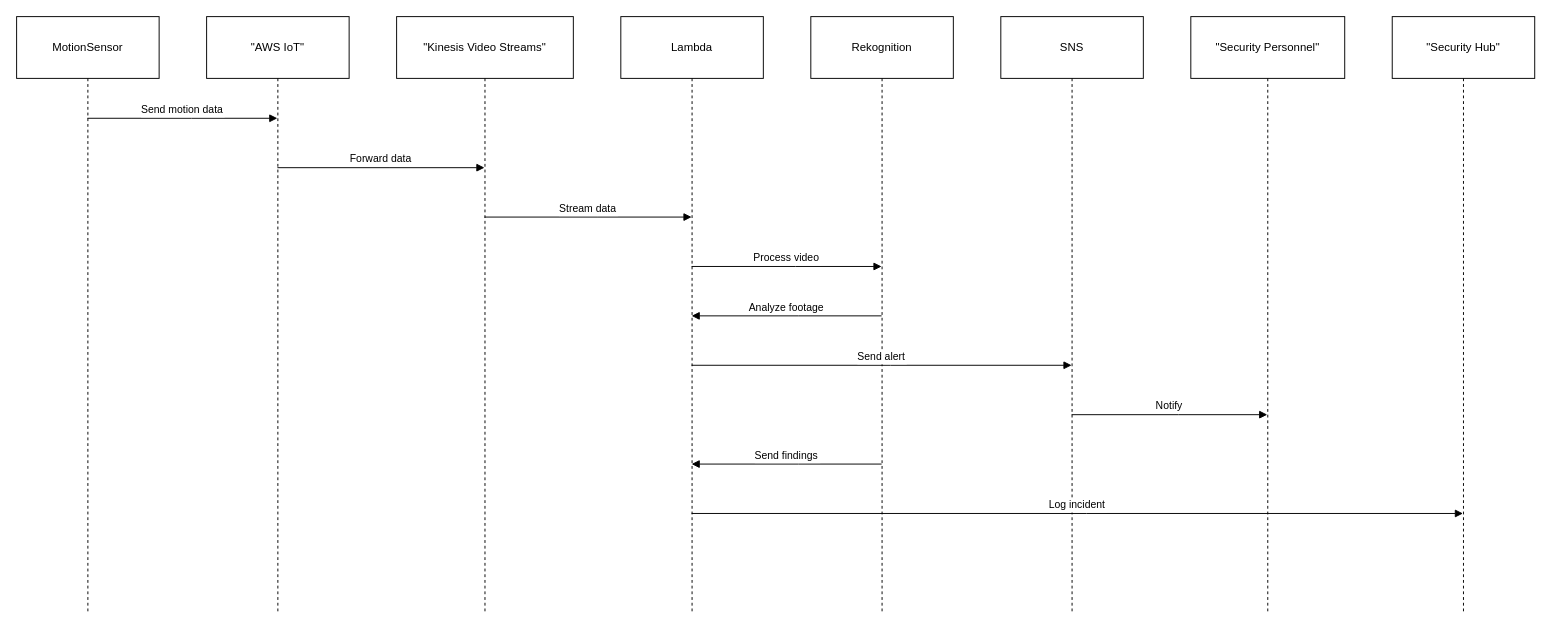
The draw.io diagram page "RT-IntrusionDetection" (9 of 11) of CheckBalanceDiagram.drawio in rajeevattu/starter-rest-api, before the edit. Source tidied: cells renumbered, new cells numbered last; positions are measured from the earlier drawing's top-left corner, leaving out a move shared by most shapes. Both pictures are drawn from the tidied source at 95%, with x=0, y=0 at pixel (16, 16).
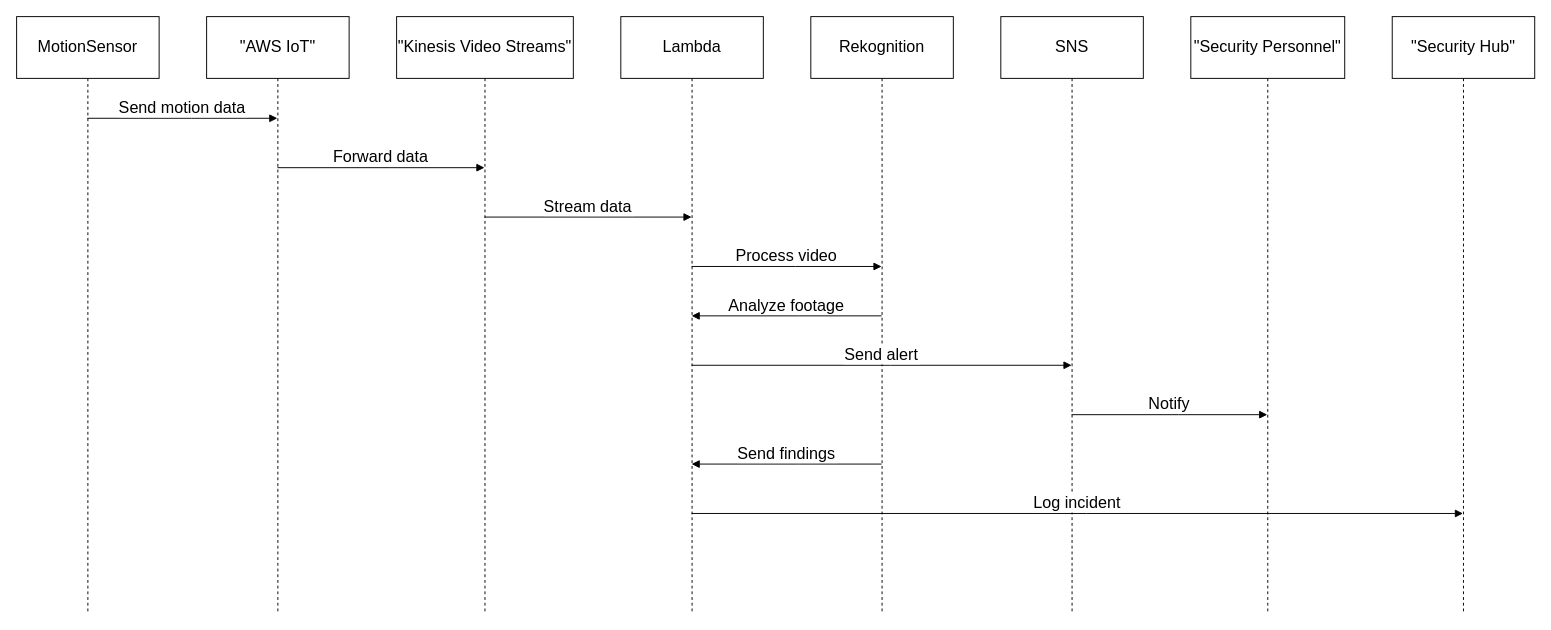
Above is the later version.

Diff of the diagram source:
```diff
@@
-    <mxCell id="2" value="MotionSensor" style="shape=umlLifeline;perimeter=lifelinePerimeter;whiteSpace=wrap;outlineConnect=0;portConstraint=eastwest;newEdgeStyle={&quot;edgeStyle&quot;:&quot;elbowEdgeStyle&quot;,&quot;elbow&quot;:&quot;vertical&quot;,&quot;curved&quot;:0,&quot;rounded&quot;:0};size=65;" parent="1" vertex="1">
+    <mxCell id="2" value="MotionSensor" style="shape=umlLifeline;perimeter=lifelinePerimeter;whiteSpace=wrap;outlineConnect=0;portConstraint=eastwest;newEdgeStyle={&quot;edgeStyle&quot;:&quot;elbowEdgeStyle&quot;,&quot;elbow&quot;:&quot;vertical&quot;,&quot;curved&quot;:0,&quot;rounded&quot;:0};size=65;fontSize=17;" parent="1" vertex="1">
       <mxGeometry width="150" height="628" as="geometry" />
     </mxCell>
-    <mxCell id="3" value="&quot;AWS IoT&quot;" style="shape=umlLifeline;perimeter=lifelinePerimeter;whiteSpace=wrap;outlineConnect=0;portConstraint=eastwest;newEdgeStyle={&quot;edgeStyle&quot;:&quot;elbowEdgeStyle&quot;,&quot;elbow&quot;:&quot;vertical&quot;,&quot;curved&quot;:0,&quot;rounded&quot;:0};size=65;" parent="1" vertex="1">
+    <mxCell id="3" value="&quot;AWS IoT&quot;" style="shape=umlLifeline;perimeter=lifelinePerimeter;whiteSpace=wrap;outlineConnect=0;portConstraint=eastwest;newEdgeStyle={&quot;edgeStyle&quot;:&quot;elbowEdgeStyle&quot;,&quot;elbow&quot;:&quot;vertical&quot;,&quot;curved&quot;:0,&quot;rounded&quot;:0};size=65;fontSize=17;" parent="1" vertex="1">
       <mxGeometry x="200" width="150" height="628" as="geometry" />
     </mxCell>
-    <mxCell id="4" value="&quot;Kinesis Video Streams&quot;" style="shape=umlLifeline;perimeter=lifelinePerimeter;whiteSpace=wrap;outlineConnect=0;portConstraint=eastwest;newEdgeStyle={&quot;edgeStyle&quot;:&quot;elbowEdgeStyle&quot;,&quot;elbow&quot;:&quot;vertical&quot;,&quot;curved&quot;:0,&quot;rounded&quot;:0};size=65;" parent="1" vertex="1">
+    <mxCell id="4" value="&quot;Kinesis Video Streams&quot;" style="shape=umlLifeline;perimeter=lifelinePerimeter;whiteSpace=wrap;outlineConnect=0;portConstraint=eastwest;newEdgeStyle={&quot;edgeStyle&quot;:&quot;elbowEdgeStyle&quot;,&quot;elbow&quot;:&quot;vertical&quot;,&quot;curved&quot;:0,&quot;rounded&quot;:0};size=65;fontSize=17;" parent="1" vertex="1">
       <mxGeometry x="400" width="186" height="628" as="geometry" />
     </mxCell>
-    <mxCell id="5" value="Lambda" style="shape=umlLifeline;perimeter=lifelinePerimeter;whiteSpace=wrap;outlineConnect=0;portConstraint=eastwest;newEdgeStyle={&quot;edgeStyle&quot;:&quot;elbowEdgeStyle&quot;,&quot;elbow&quot;:&quot;vertical&quot;,&quot;curved&quot;:0,&quot;rounded&quot;:0};size=65;" parent="1" vertex="1">
+    <mxCell id="5" value="Lambda" style="shape=umlLifeline;perimeter=lifelinePerimeter;whiteSpace=wrap;outlineConnect=0;portConstraint=eastwest;newEdgeStyle={&quot;edgeStyle&quot;:&quot;elbowEdgeStyle&quot;,&quot;elbow&quot;:&quot;vertical&quot;,&quot;curved&quot;:0,&quot;rounded&quot;:0};size=65;fontSize=17;" parent="1" vertex="1">
       <mxGeometry x="636" width="150" height="628" as="geometry" />
     </mxCell>
-    <mxCell id="6" value="Rekognition" style="shape=umlLifeline;perimeter=lifelinePerimeter;whiteSpace=wrap;outlineConnect=0;portConstraint=eastwest;newEdgeStyle={&quot;edgeStyle&quot;:&quot;elbowEdgeStyle&quot;,&quot;elbow&quot;:&quot;vertical&quot;,&quot;curved&quot;:0,&quot;rounded&quot;:0};size=65;" parent="1" vertex="1">
+    <mxCell id="6" value="Rekognition" style="shape=umlLifeline;perimeter=lifelinePerimeter;whiteSpace=wrap;outlineConnect=0;portConstraint=eastwest;newEdgeStyle={&quot;edgeStyle&quot;:&quot;elbowEdgeStyle&quot;,&quot;elbow&quot;:&quot;vertical&quot;,&quot;curved&quot;:0,&quot;rounded&quot;:0};size=65;fontSize=17;" parent="1" vertex="1">
       <mxGeometry x="836" width="150" height="628" as="geometry" />
     </mxCell>
-    <mxCell id="7" value="SNS" style="shape=umlLifeline;perimeter=lifelinePerimeter;whiteSpace=wrap;outlineConnect=0;portConstraint=eastwest;newEdgeStyle={&quot;edgeStyle&quot;:&quot;elbowEdgeStyle&quot;,&quot;elbow&quot;:&quot;vertical&quot;,&quot;curved&quot;:0,&quot;rounded&quot;:0};size=65;" parent="1" vertex="1">
+    <mxCell id="7" value="SNS" style="shape=umlLifeline;perimeter=lifelinePerimeter;whiteSpace=wrap;outlineConnect=0;portConstraint=eastwest;newEdgeStyle={&quot;edgeStyle&quot;:&quot;elbowEdgeStyle&quot;,&quot;elbow&quot;:&quot;vertical&quot;,&quot;curved&quot;:0,&quot;rounded&quot;:0};size=65;fontSize=17;" parent="1" vertex="1">
       <mxGeometry x="1036" width="150" height="628" as="geometry" />
     </mxCell>
-    <mxCell id="8" value="&quot;Security Personnel&quot;" style="shape=umlLifeline;perimeter=lifelinePerimeter;whiteSpace=wrap;outlineConnect=0;portConstraint=eastwest;newEdgeStyle={&quot;edgeStyle&quot;:&quot;elbowEdgeStyle&quot;,&quot;elbow&quot;:&quot;vertical&quot;,&quot;curved&quot;:0,&quot;rounded&quot;:0};size=65;" parent="1" vertex="1">
+    <mxCell id="8" value="&quot;Security Personnel&quot;" style="shape=umlLifeline;perimeter=lifelinePerimeter;whiteSpace=wrap;outlineConnect=0;portConstraint=eastwest;newEdgeStyle={&quot;edgeStyle&quot;:&quot;elbowEdgeStyle&quot;,&quot;elbow&quot;:&quot;vertical&quot;,&quot;curved&quot;:0,&quot;rounded&quot;:0};size=65;fontSize=17;" parent="1" vertex="1">
       <mxGeometry x="1236" width="162" height="628" as="geometry" />
     </mxCell>
-    <mxCell id="9" value="&quot;Security Hub&quot;" style="shape=umlLifeline;perimeter=lifelinePerimeter;whiteSpace=wrap;outlineConnect=0;portConstraint=eastwest;newEdgeStyle={&quot;edgeStyle&quot;:&quot;elbowEdgeStyle&quot;,&quot;elbow&quot;:&quot;vertical&quot;,&quot;curved&quot;:0,&quot;rounded&quot;:0};size=65;" parent="1" vertex="1">
+    <mxCell id="9" value="&quot;Security Hub&quot;" style="shape=umlLifeline;perimeter=lifelinePerimeter;whiteSpace=wrap;outlineConnect=0;portConstraint=eastwest;newEdgeStyle={&quot;edgeStyle&quot;:&quot;elbowEdgeStyle&quot;,&quot;elbow&quot;:&quot;vertical&quot;,&quot;curved&quot;:0,&quot;rounded&quot;:0};size=65;fontSize=17;" parent="1" vertex="1">
       <mxGeometry x="1448" width="150" height="628" as="geometry" />
     </mxCell>
-    <mxCell id="10" value="Send motion data" style="verticalAlign=bottom;endArrow=block;edgeStyle=elbowEdgeStyle;elbow=vertical;curved=0;rounded=0;" parent="1" edge="1" source="2" target="3">
+    <mxCell id="10" value="Send motion data" style="verticalAlign=bottom;endArrow=block;edgeStyle=elbowEdgeStyle;elbow=vertical;curved=0;rounded=0;fontSize=17;" parent="1" edge="1" source="2" target="3">
       <mxGeometry relative="1" as="geometry">
         <Array as="points">
           <mxPoint x="184" y="107" />
         </Array>
       </mxGeometry>
     </mxCell>
-    <mxCell id="11" value="Forward data" style="verticalAlign=bottom;endArrow=block;edgeStyle=elbowEdgeStyle;elbow=vertical;curved=0;rounded=0;" parent="1" edge="1" source="3" target="4">
+    <mxCell id="11" value="Forward data" style="verticalAlign=bottom;endArrow=block;edgeStyle=elbowEdgeStyle;elbow=vertical;curved=0;rounded=0;fontSize=17;" parent="1" edge="1" source="3" target="4">
       <mxGeometry relative="1" as="geometry">
         <Array as="points">
           <mxPoint x="393" y="159" />
         </Array>
       </mxGeometry>
     </mxCell>
-    <mxCell id="12" value="Stream data" style="verticalAlign=bottom;endArrow=block;edgeStyle=elbowEdgeStyle;elbow=vertical;curved=0;rounded=0;" parent="1" edge="1" source="4" target="5">
+    <mxCell id="12" value="Stream data" style="verticalAlign=bottom;endArrow=block;edgeStyle=elbowEdgeStyle;elbow=vertical;curved=0;rounded=0;fontSize=17;" parent="1" edge="1" source="4" target="5">
       <mxGeometry relative="1" as="geometry">
         <Array as="points">
           <mxPoint x="611" y="211" />
         </Array>
       </mxGeometry>
     </mxCell>
-    <mxCell id="13" value="Process video" style="verticalAlign=bottom;endArrow=block;edgeStyle=elbowEdgeStyle;elbow=vertical;curved=0;rounded=0;" parent="1" edge="1" source="5" target="6">
+    <mxCell id="13" value="Process video" style="verticalAlign=bottom;endArrow=block;edgeStyle=elbowEdgeStyle;elbow=vertical;curved=0;rounded=0;fontSize=17;" parent="1" edge="1" source="5" target="6">
       <mxGeometry relative="1" as="geometry">
         <Array as="points">
           <mxPoint x="820" y="263" />
         </Array>
       </mxGeometry>
     </mxCell>
-    <mxCell id="14" value="Analyze footage" style="verticalAlign=bottom;endArrow=block;edgeStyle=elbowEdgeStyle;elbow=vertical;curved=0;rounded=0;" parent="1" edge="1" source="6" target="5">
+    <mxCell id="14" value="Analyze footage" style="verticalAlign=bottom;endArrow=block;edgeStyle=elbowEdgeStyle;elbow=vertical;curved=0;rounded=0;fontSize=17;" parent="1" edge="1" source="6" target="5">
       <mxGeometry relative="1" as="geometry">
         <Array as="points">
           <mxPoint x="823" y="315" />
         </Array>
       </mxGeometry>
     </mxCell>
-    <mxCell id="15" value="Send alert" style="verticalAlign=bottom;endArrow=block;edgeStyle=elbowEdgeStyle;elbow=vertical;curved=0;rounded=0;" parent="1" edge="1" source="5" target="7">
+    <mxCell id="15" value="Send alert" style="verticalAlign=bottom;endArrow=block;edgeStyle=elbowEdgeStyle;elbow=vertical;curved=0;rounded=0;fontSize=17;" parent="1" edge="1" source="5" target="7">
       <mxGeometry relative="1" as="geometry">
         <Array as="points">
           <mxPoint x="920" y="367" />
         </Array>
       </mxGeometry>
     </mxCell>
-    <mxCell id="16" value="Notify" style="verticalAlign=bottom;endArrow=block;edgeStyle=elbowEdgeStyle;elbow=vertical;curved=0;rounded=0;" parent="1" edge="1" source="7" target="8">
+    <mxCell id="16" value="Notify" style="verticalAlign=bottom;endArrow=block;edgeStyle=elbowEdgeStyle;elbow=vertical;curved=0;rounded=0;fontSize=17;" parent="1" edge="1" source="7" target="8">
       <mxGeometry relative="1" as="geometry">
         <Array as="points">
           <mxPoint x="1223" y="419" />
         </Array>
       </mxGeometry>
     </mxCell>
-    <mxCell id="17" value="Send findings" style="verticalAlign=bottom;endArrow=block;edgeStyle=elbowEdgeStyle;elbow=vertical;curved=0;rounded=0;" parent="1" edge="1" source="6" target="5">
+    <mxCell id="17" value="Send findings" style="verticalAlign=bottom;endArrow=block;edgeStyle=elbowEdgeStyle;elbow=vertical;curved=0;rounded=0;fontSize=17;" parent="1" edge="1" source="6" target="5">
       <mxGeometry relative="1" as="geometry">
         <Array as="points">
           <mxPoint x="823" y="471" />
         </Array>
       </mxGeometry>
     </mxCell>
-    <mxCell id="18" value="Log incident" style="verticalAlign=bottom;endArrow=block;edgeStyle=elbowEdgeStyle;elbow=vertical;curved=0;rounded=0;" parent="1" edge="1" source="5" target="9">
+    <mxCell id="18" value="Log incident" style="verticalAlign=bottom;endArrow=block;edgeStyle=elbowEdgeStyle;elbow=vertical;curved=0;rounded=0;fontSize=17;" parent="1" edge="1" source="5" target="9">
       <mxGeometry relative="1" as="geometry">
         <Array as="points">
           <mxPoint x="1126" y="523" />
         </Array>
       </mxGeometry>
     </mxCell>
```
